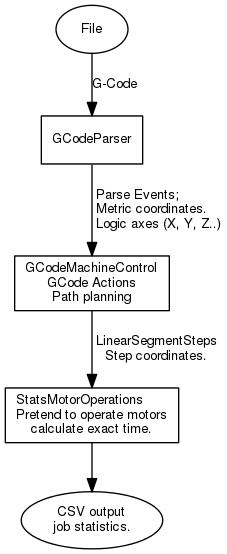
Above: img/print-stats.png in hzeller/beagleg (Graphviz), before the change. Its source is kept beside it as img/print-stats.dot. Source of this version:
```dot
digraph beagleg {
    node [fontsize=10, fontname="Helvetica"];
    edge [fontsize=10, fontname="Helvetica"];

    {
       node [ shape=box ];
       GCodeParser;
       GCodeMachineControl [ label = "GCodeMachineControl\nGCode Actions\nPath planning"];
       MotorOperations  [label = "StatsMotorOperations\lPretend to operate motors\lcalculate exact time."];
    }

    CSVOut [ label = "CSV output\njob statistics."]
    File -> GCodeParser [ label="G-Code"];

    {
      GCodeParser -> GCodeMachineControl [ label=" Parse Events;\l Metric coordinates.\l Logic axes (X, Y, Z..)"];
      GCodeMachineControl -> MotorOperations [ label = " LinearSegmentSteps\l Step coordinates." ]
      MotorOperations -> CSVOut;
    }
}
```
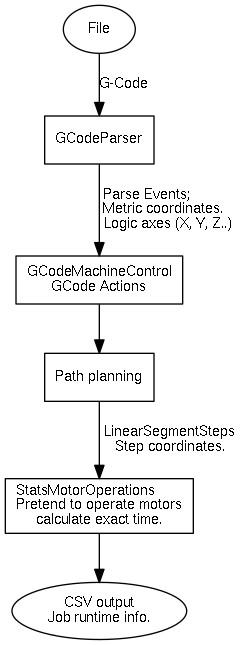
The same file after the commit.

Diff of the diagram source:
```diff
@@ -1,20 +1,22 @@
 digraph beagleg {
-    node [fontsize=10, fontname="Helvetica"];
-    edge [fontsize=10, fontname="Helvetica"];
+	node [fontsize=10, fontname="Helvetica"];
+	edge [fontsize=10, fontname="Helvetica"];
 
-    {
-       node [ shape=box ];
-       GCodeParser;
-       GCodeMachineControl [ label = "GCodeMachineControl\nGCode Actions\nPath planning"];
-       MotorOperations  [label = "StatsMotorOperations\lPretend to operate motors\lcalculate exact time."];
-    }
+	{
+		node [ shape=box ];
+		GCodeParser;
+		GCodeMachineControl [ label = "GCodeMachineControl\nGCode Actions"];
+		Planner [ label = "Path planning"];
+		MotorOperations  [label = "StatsMotorOperations\lPretend to operate motors\lcalculate exact time."];
+	}
 
-    CSVOut [ label = "CSV output\njob statistics."]
-    File -> GCodeParser [ label="G-Code"];
+	CSVOut [ label = "CSV output\nJob runtime info."]
+	File -> GCodeParser [ label="G-Code"];
 
-    {
-      GCodeParser -> GCodeMachineControl [ label=" Parse Events;\l Metric coordinates.\l Logic axes (X, Y, Z..)"];
-      GCodeMachineControl -> MotorOperations [ label = " LinearSegmentSteps\l Step coordinates." ]
-      MotorOperations -> CSVOut;
-    }
+	{
+		GCodeParser -> GCodeMachineControl [ label=" Parse Events;\l Metric coordinates.\l Logic axes (X, Y, Z..)"];
+		GCodeMachineControl -> Planner;
+		Planner -> MotorOperations [ label = " LinearSegmentSteps\l Step coordinates." ]
+		MotorOperations -> CSVOut;
+	}
 }
```
